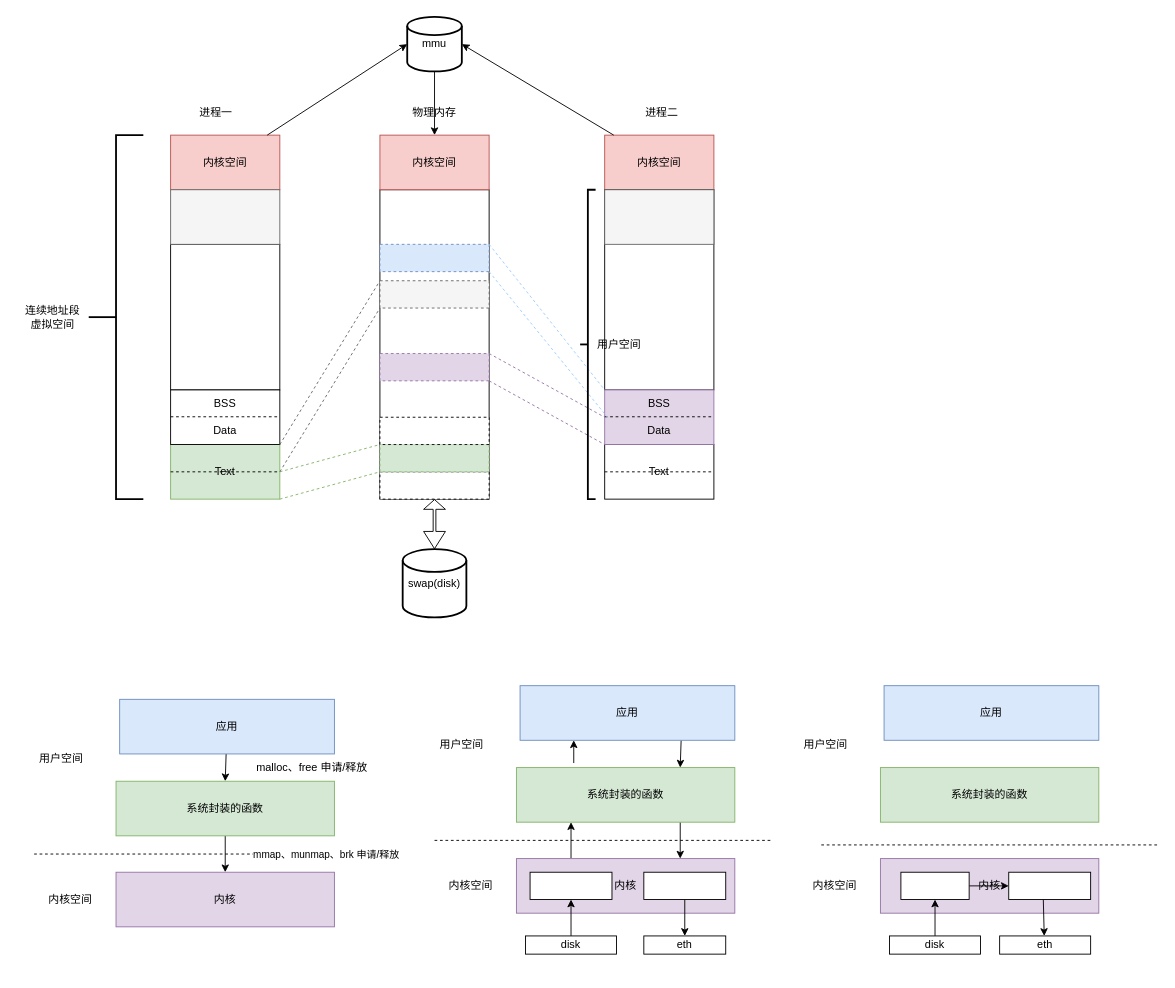
This is java/linux内存管理.drawio from zhangwz-lib/drawio-image, a draw.io file, before an edit. Source tidied: cells renumbered, new cells numbered last; positions are measured from the earlier drawing's top-left corner, leaving out a move shared by most shapes. Both pictures are drawn from the tidied source at 91%, with x=0, y=0 at pixel (15, 16).
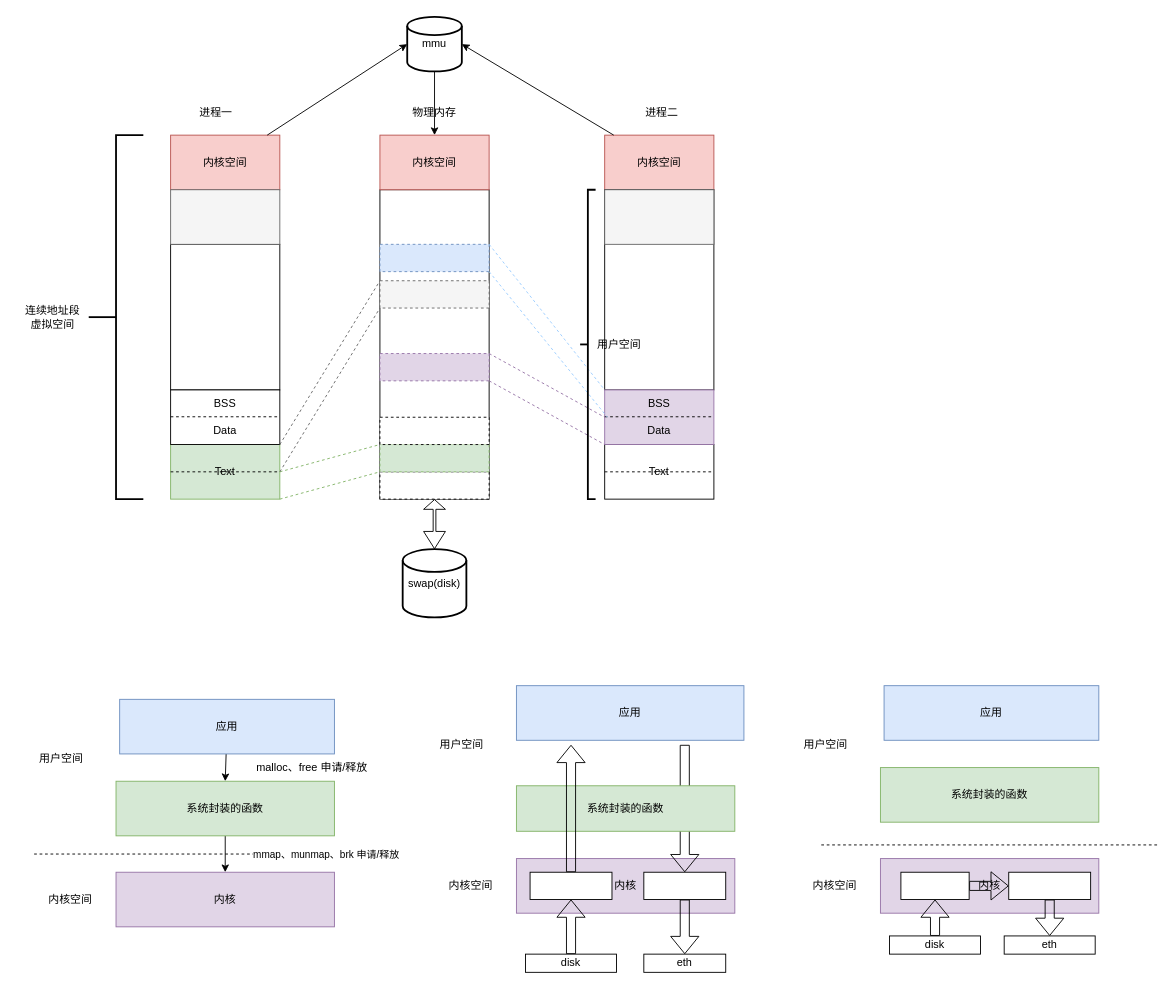
The same page after the edit.

Commit message:
更新linux内存管理.drawio

The change refers to these unchanged cells:
```xml
<mxCell id="80" style="rounded=0;whiteSpace=wrap;html=1;" parent="1" vertex="1">
  <mxGeometry x="565" y="940" width="90" height="30" as="geometry" />
</mxCell>
<mxCell id="81" style="rounded=0;whiteSpace=wrap;html=1;" parent="1" vertex="1">
  <mxGeometry x="690" y="940" width="90" height="30" as="geometry" />
</mxCell>
<mxCell id="83" style="rounded=0;whiteSpace=wrap;html=1;" parent="1" vertex="1">
  <mxGeometry x="972.5" y="940" width="75" height="30" as="geometry" />
</mxCell>
<mxCell id="84" style="rounded=0;whiteSpace=wrap;html=1;" parent="1" vertex="1">
  <mxGeometry x="1091" y="940" width="90" height="30" as="geometry" />
</mxCell>
```

Diff of the diagram source:
```diff
@@
+    <mxCell id="62" value="内核" style="rounded=0;whiteSpace=wrap;html=1;fillColor=#e1d5e7;strokeColor=#9673a6;" parent="1" vertex="1">
+      <mxGeometry x="550" y="925" width="240" height="60" as="geometry" />
+    </mxCell>
@@
-    <mxCell id="56" style="edgeStyle=none;rounded=0;jettySize=auto;html=1;exitX=0.75;exitY=1;exitDx=0;exitDy=0;entryX=0.75;entryY=0;entryDx=0;entryDy=0;" parent="1" edge="1" source="57" target="60">
-      <mxGeometry relative="1" as="geometry" />
-    </mxCell>
+    <mxCell id="87" style="edgeStyle=none;rounded=0;jettySize=auto;html=1;entryX=0.5;entryY=0;entryDx=0;entryDy=0;shape=flexArrow;" parent="1" edge="1" target="81">
+      <mxGeometry relative="1" as="geometry">
+        <mxPoint x="735" y="800" as="sourcePoint" />
+      </mxGeometry>
+    </mxCell>
     <mxCell id="57" value="应用" style="rounded=0;whiteSpace=wrap;html=1;fillColor=#dae8fc;strokeColor=#6c8ebf;" parent="1" vertex="1">
-      <mxGeometry x="554" y="735" width="236" height="60" as="geometry" />
+      <mxGeometry x="550" y="735" width="250" height="60" as="geometry" />
     </mxCell>
-    <mxCell id="58" style="edgeStyle=none;rounded=0;jettySize=auto;html=1;exitX=0.75;exitY=1;exitDx=0;exitDy=0;entryX=0.75;entryY=0;entryDx=0;entryDy=0;" parent="1" edge="1" source="60" target="62">
-      <mxGeometry relative="1" as="geometry" />
-    </mxCell>
-    <mxCell id="59" style="edgeStyle=none;rounded=0;jettySize=auto;html=1;entryX=0.25;entryY=1;entryDx=0;entryDy=0;" parent="1" edge="1" target="57">
-      <mxGeometry relative="1" as="geometry">
-        <mxPoint x="613" y="820" as="sourcePoint" />
-      </mxGeometry>
-    </mxCell>
     <mxCell id="60" value="系统封装的函数" style="rounded=0;whiteSpace=wrap;html=1;fillColor=#d5e8d4;strokeColor=#82b366;" parent="1" vertex="1">
-      <mxGeometry x="550" y="825" width="240" height="60" as="geometry" />
+      <mxGeometry x="550" y="845" width="240" height="50" as="geometry" />
     </mxCell>
-    <mxCell id="61" style="edgeStyle=none;rounded=0;jettySize=auto;html=1;exitX=0.25;exitY=0;exitDx=0;exitDy=0;entryX=0.25;entryY=1;entryDx=0;entryDy=0;" parent="1" edge="1" source="62" target="60">
-      <mxGeometry relative="1" as="geometry" />
-    </mxCell>
-    <mxCell id="62" value="内核" style="rounded=0;whiteSpace=wrap;html=1;fillColor=#e1d5e7;strokeColor=#9673a6;" parent="1" vertex="1">
-      <mxGeometry x="550" y="925" width="240" height="60" as="geometry" />
-    </mxCell>
-    <mxCell id="63" style="endArrow=none;dashed=1;html=1;strokeWidth=1;rounded=0;" parent="1" edge="1">
-      <mxGeometry relative="1" as="geometry">
-        <mxPoint x="460" y="905" as="sourcePoint" />
-        <mxPoint x="830" y="905" as="targetPoint" />
-      </mxGeometry>
-    </mxCell>
@@
-    <mxCell id="66" style="edgeStyle=none;rounded=0;jettySize=auto;html=1;exitX=0.5;exitY=1;exitDx=0;exitDy=0;" parent="1" edge="1" source="81">
-      <mxGeometry relative="1" as="geometry">
-        <mxPoint x="735" y="1010" as="targetPoint" />
-      </mxGeometry>
-    </mxCell>
@@
-    <mxCell id="72" style="edgeStyle=none;rounded=0;jettySize=auto;html=1;entryX=0.5;entryY=1;entryDx=0;entryDy=0;" parent="1" edge="1" target="83">
+    <mxCell id="72" style="edgeStyle=none;rounded=0;jettySize=auto;html=1;entryX=0.5;entryY=1;entryDx=0;entryDy=0;shape=flexArrow;" parent="1" edge="1" target="83">
       <mxGeometry relative="1" as="geometry">
         <mxPoint x="1010" y="1010" as="sourcePoint" />
       </mxGeometry>
     </mxCell>
-    <mxCell id="73" style="edgeStyle=none;rounded=0;jettySize=auto;html=1;entryX=0.5;entryY=0;entryDx=0;entryDy=0;entryPerimeter=0;exitX=0.422;exitY=0.983;exitDx=0;exitDy=0;exitPerimeter=0;" parent="1" edge="1" source="84">
-      <mxGeometry relative="1" as="geometry">
-        <mxPoint x="1130" y="1010" as="targetPoint" />
-      </mxGeometry>
+    <mxCell id="73" style="edgeStyle=none;rounded=0;jettySize=auto;html=1;entryX=0.5;entryY=0;entryDx=0;entryDy=0;exitX=0.5;exitY=1;exitDx=0;exitDy=0;shape=flexArrow;" parent="1" edge="1" source="84" target="79">
+      <mxGeometry relative="1" as="geometry" />
     </mxCell>
@@
-    <mxCell id="75" style="edgeStyle=none;rounded=0;jettySize=auto;html=1;entryX=0.5;entryY=1;entryDx=0;entryDy=0;" parent="1" edge="1" source="76" target="80">
+    <mxCell id="75" style="edgeStyle=none;rounded=0;jettySize=auto;html=1;entryX=0.5;entryY=1;entryDx=0;entryDy=0;shape=flexArrow;" parent="1" edge="1" source="76" target="80">
       <mxGeometry relative="1" as="geometry" />
     </mxCell>
     <mxCell id="76" value="disk" style="rounded=0;whiteSpace=wrap;html=1;" parent="1" vertex="1">
-      <mxGeometry x="560" y="1010" width="100" height="20" as="geometry" />
+      <mxGeometry x="560" y="1030" width="100" height="20" as="geometry" />
     </mxCell>
     <mxCell id="77" value="eth" style="rounded=0;whiteSpace=wrap;html=1;" parent="1" vertex="1">
-      <mxGeometry x="690" y="1010" width="90" height="20" as="geometry" />
+      <mxGeometry x="690" y="1030" width="90" height="20" as="geometry" />
     </mxCell>
@@
     <mxCell id="79" value="eth" style="rounded=0;whiteSpace=wrap;html=1;" parent="1" vertex="1">
-      <mxGeometry x="1081" y="1010" width="100" height="20" as="geometry" />
+      <mxGeometry x="1086" y="1010" width="100" height="20" as="geometry" />
     </mxCell>
+    <mxCell id="88" style="edgeStyle=none;rounded=0;jettySize=auto;html=1;shape=flexArrow;" parent="1" edge="1" source="80">
+      <mxGeometry relative="1" as="geometry">
+        <mxPoint x="610" y="800" as="targetPoint" />
+      </mxGeometry>
+    </mxCell>
@@
+    <mxCell id="89" style="edgeStyle=none;rounded=0;jettySize=auto;html=1;shape=flexArrow;" parent="1" edge="1" source="81" target="77">
+      <mxGeometry relative="1" as="geometry" />
+    </mxCell>
@@
-    <mxCell id="82" style="edgeStyle=none;rounded=0;jettySize=auto;html=1;" parent="1" edge="1" source="83" target="84">
+    <mxCell id="82" style="edgeStyle=none;rounded=0;jettySize=auto;html=1;shape=flexArrow;" parent="1" edge="1" source="83" target="84">
       <mxGeometry relative="1" as="geometry" />
     </mxCell>
```
